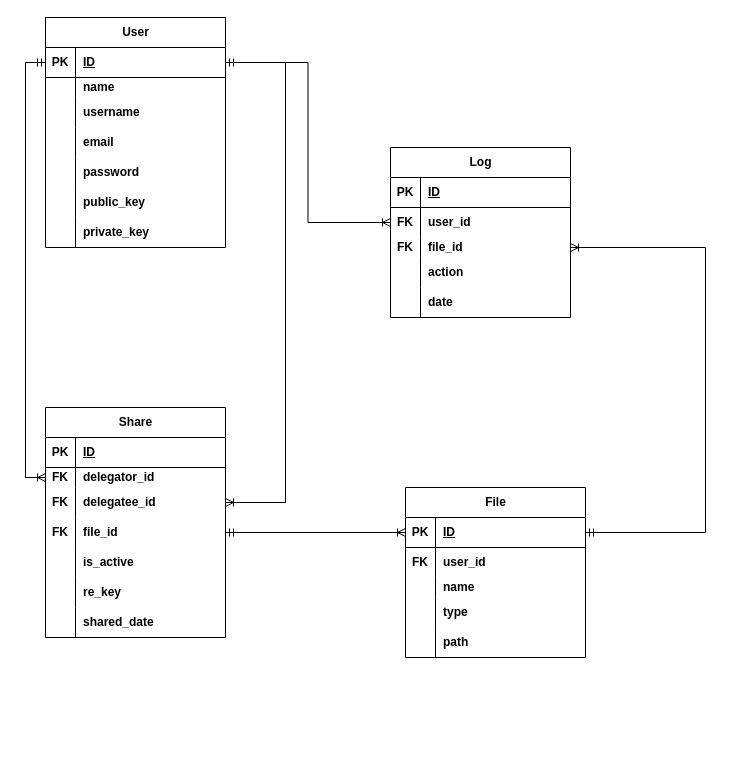
myagmartseren/pre keeps this draw.io diagram as doc/database.drawio. Above is the earlier version. Source tidied: cells renumbered, new cells numbered last; positions are measured from the earlier drawing's top-left corner, leaving out a move shared by most shapes. Both pictures are drawn from the tidied source at 100%, with x=0, y=0 at pixel (45, 17).
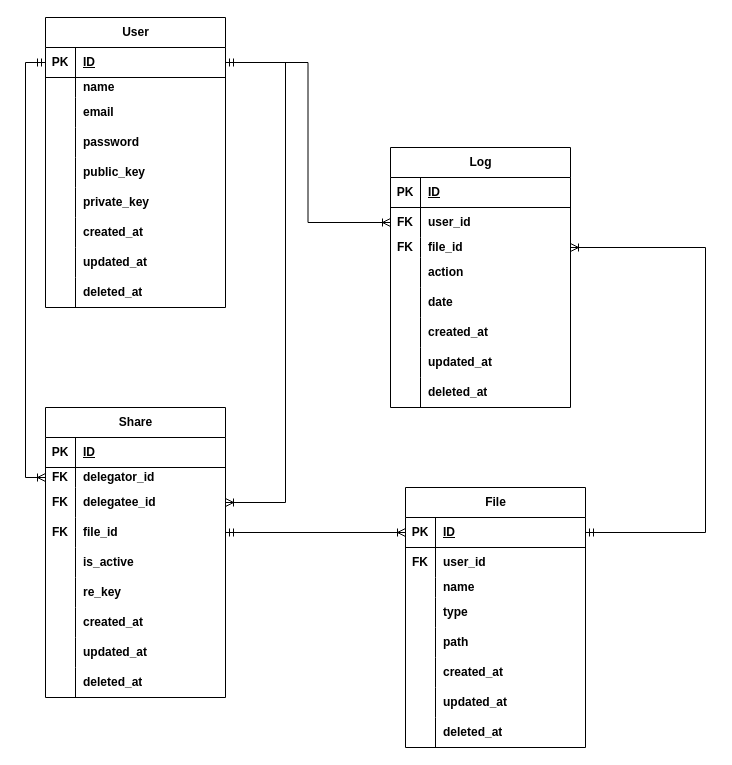
The same page after the edit.

The change refers to these unchanged cells:
```xml
<mxCell id="21" style="shape=tableRow;horizontal=0;startSize=0;swimlaneHead=0;swimlaneBody=0;fillColor=none;top=0;left=0;right=0;bottom=0;" parent="2" vertex="1">
  <mxGeometry y="200" width="180" height="30" as="geometry" />
</mxCell>
```

What changed in the source:
```diff
@@
     <mxCell id="2" value="&lt;b&gt;Share&lt;/b&gt;" style="shape=table;startSize=30;childLayout=tableLayout;rowLines=0;fontStyle=0;align=center;html=1;" parent="1" vertex="1">
-      <mxGeometry y="390" width="180" height="230" as="geometry" />
+      <mxGeometry y="390" width="180" height="290" as="geometry" />
     </mxCell>
@@
-    <mxCell id="23" value="&lt;b&gt;shared_date&lt;/b&gt;" style="shape=partialRectangle;fillColor=none;top=0;left=0;bottom=0;right=0;align=left;spacingLeft=6;overflow=hidden;whiteSpace=wrap;html=1;" parent="21" vertex="1">
+    <mxCell id="23" value="&lt;b&gt;created_at&lt;br&gt;&lt;/b&gt;" style="shape=partialRectangle;fillColor=none;top=0;left=0;bottom=0;right=0;align=left;spacingLeft=6;overflow=hidden;whiteSpace=wrap;html=1;" parent="21" vertex="1">
       <mxGeometry x="30" width="150" height="30" as="geometry" />
     </mxCell>
+    <mxCell id="83" style="shape=tableRow;horizontal=0;startSize=0;swimlaneHead=0;swimlaneBody=0;fillColor=none;top=0;left=0;right=0;bottom=0;" parent="2" vertex="1">
+      <mxGeometry y="230" width="180" height="30" as="geometry" />
+    </mxCell>
+    <mxCell id="84" style="shape=partialRectangle;fillColor=none;top=0;left=0;bottom=0;right=0;overflow=hidden;whiteSpace=wrap;html=1;" parent="83" vertex="1">
+      <mxGeometry width="30" height="30" as="geometry" />
+    </mxCell>
+    <mxCell id="85" value="&lt;b&gt;updated_at&lt;/b&gt;" style="shape=partialRectangle;fillColor=none;top=0;left=0;bottom=0;right=0;align=left;spacingLeft=6;overflow=hidden;whiteSpace=wrap;html=1;" parent="83" vertex="1">
+      <mxGeometry x="30" width="150" height="30" as="geometry" />
+    </mxCell>
+    <mxCell id="86" style="shape=tableRow;horizontal=0;startSize=0;swimlaneHead=0;swimlaneBody=0;fillColor=none;top=0;left=0;right=0;bottom=0;" parent="2" vertex="1">
+      <mxGeometry y="260" width="180" height="30" as="geometry" />
+    </mxCell>
+    <mxCell id="87" style="shape=partialRectangle;fillColor=none;top=0;left=0;bottom=0;right=0;overflow=hidden;whiteSpace=wrap;html=1;" parent="86" vertex="1">
+      <mxGeometry width="30" height="30" as="geometry" />
+    </mxCell>
+    <mxCell id="88" value="&lt;b&gt;deleted_at&lt;/b&gt;" style="shape=partialRectangle;fillColor=none;top=0;left=0;bottom=0;right=0;align=left;spacingLeft=6;overflow=hidden;whiteSpace=wrap;html=1;" parent="86" vertex="1">
+      <mxGeometry x="30" width="150" height="30" as="geometry" />
+    </mxCell>
     <mxCell id="24" value="File" style="shape=table;startSize=30;childLayout=tableLayout;rowLines=0;fontStyle=1;align=center;html=1;" parent="1" vertex="1">
-      <mxGeometry x="360" y="470" width="180" height="170" as="geometry" />
+      <mxGeometry x="360" y="470" width="180" height="260" as="geometry" />
     </mxCell>
@@
+    <mxCell id="89" style="shape=tableRow;horizontal=0;startSize=0;swimlaneHead=0;swimlaneBody=0;fillColor=none;top=0;left=0;right=0;bottom=0;" parent="24" vertex="1">
+      <mxGeometry y="170" width="180" height="30" as="geometry" />
+    </mxCell>
+    <mxCell id="90" style="shape=partialRectangle;fillColor=none;top=0;left=0;bottom=0;right=0;overflow=hidden;whiteSpace=wrap;html=1;" parent="89" vertex="1">
+      <mxGeometry width="30" height="30" as="geometry" />
+    </mxCell>
+    <mxCell id="91" value="created_at" style="shape=partialRectangle;fillColor=none;top=0;left=0;bottom=0;right=0;align=left;spacingLeft=6;overflow=hidden;whiteSpace=wrap;html=1;fontStyle=1;" parent="89" vertex="1">
+      <mxGeometry x="30" width="150" height="30" as="geometry" />
+    </mxCell>
+    <mxCell id="92" style="shape=tableRow;horizontal=0;startSize=0;swimlaneHead=0;swimlaneBody=0;fillColor=none;top=0;left=0;right=0;bottom=0;" parent="24" vertex="1">
+      <mxGeometry y="200" width="180" height="30" as="geometry" />
+    </mxCell>
+    <mxCell id="93" style="shape=partialRectangle;fillColor=none;top=0;left=0;bottom=0;right=0;overflow=hidden;whiteSpace=wrap;html=1;" parent="92" vertex="1">
+      <mxGeometry width="30" height="30" as="geometry" />
+    </mxCell>
+    <mxCell id="94" value="updated_at" style="shape=partialRectangle;fillColor=none;top=0;left=0;bottom=0;right=0;align=left;spacingLeft=6;overflow=hidden;whiteSpace=wrap;html=1;fontStyle=1;" parent="92" vertex="1">
+      <mxGeometry x="30" width="150" height="30" as="geometry" />
+    </mxCell>
+    <mxCell id="95" style="shape=tableRow;horizontal=0;startSize=0;swimlaneHead=0;swimlaneBody=0;fillColor=none;top=0;left=0;right=0;bottom=0;" parent="24" vertex="1">
+      <mxGeometry y="230" width="180" height="30" as="geometry" />
+    </mxCell>
+    <mxCell id="96" style="shape=partialRectangle;fillColor=none;top=0;left=0;bottom=0;right=0;overflow=hidden;whiteSpace=wrap;html=1;" parent="95" vertex="1">
+      <mxGeometry width="30" height="30" as="geometry" />
+    </mxCell>
+    <mxCell id="97" value="deleted_at" style="shape=partialRectangle;fillColor=none;top=0;left=0;bottom=0;right=0;align=left;spacingLeft=6;overflow=hidden;whiteSpace=wrap;html=1;fontStyle=1;" parent="95" vertex="1">
+      <mxGeometry x="30" width="150" height="30" as="geometry" />
+    </mxCell>
     <mxCell id="40" value="&lt;b&gt;User&lt;/b&gt;" style="shape=table;startSize=30;childLayout=tableLayout;rowLines=0;fontStyle=0;align=center;html=1;" parent="1" vertex="1">
-      <mxGeometry width="180" height="230" as="geometry" />
+      <mxGeometry width="180" height="290" as="geometry" />
     </mxCell>
@@
-    <mxCell id="47" style="shape=tableRow;horizontal=0;startSize=0;swimlaneHead=0;swimlaneBody=0;fillColor=none;top=0;left=0;right=0;bottom=0;" parent="40" vertex="1">
-      <mxGeometry y="80" width="180" height="30" as="geometry" />
-    </mxCell>
-    <mxCell id="48" style="shape=partialRectangle;fillColor=none;top=0;left=0;bottom=0;right=0;overflow=hidden;whiteSpace=wrap;html=1;" parent="47" vertex="1">
-      <mxGeometry width="30" height="30" as="geometry" />
-    </mxCell>
-    <mxCell id="49" value="&lt;b&gt;username&lt;/b&gt;" style="shape=partialRectangle;fillColor=none;top=0;left=0;bottom=0;right=0;align=left;spacingLeft=6;overflow=hidden;whiteSpace=wrap;html=1;" parent="47" vertex="1">
-      <mxGeometry x="30" width="150" height="30" as="geometry" />
-    </mxCell>
     <mxCell id="50" style="shape=tableRow;horizontal=0;startSize=0;swimlaneHead=0;swimlaneBody=0;fillColor=none;top=0;left=0;right=0;bottom=0;" parent="40" vertex="1">
-      <mxGeometry y="110" width="180" height="30" as="geometry" />
+      <mxGeometry y="80" width="180" height="30" as="geometry" />
     </mxCell>
@@
     <mxCell id="53" style="shape=tableRow;horizontal=0;startSize=0;swimlaneHead=0;swimlaneBody=0;fillColor=none;top=0;left=0;right=0;bottom=0;" parent="40" vertex="1">
-      <mxGeometry y="140" width="180" height="30" as="geometry" />
+      <mxGeometry y="110" width="180" height="30" as="geometry" />
     </mxCell>
@@
     <mxCell id="56" style="shape=tableRow;horizontal=0;startSize=0;swimlaneHead=0;swimlaneBody=0;fillColor=none;top=0;left=0;right=0;bottom=0;" parent="40" vertex="1">
-      <mxGeometry y="170" width="180" height="30" as="geometry" />
+      <mxGeometry y="140" width="180" height="30" as="geometry" />
     </mxCell>
@@
     <mxCell id="59" style="shape=tableRow;horizontal=0;startSize=0;swimlaneHead=0;swimlaneBody=0;fillColor=none;top=0;left=0;right=0;bottom=0;" parent="40" vertex="1">
-      <mxGeometry y="200" width="180" height="30" as="geometry" />
+      <mxGeometry y="170" width="180" height="30" as="geometry" />
     </mxCell>
@@
+    <mxCell id="98" style="shape=tableRow;horizontal=0;startSize=0;swimlaneHead=0;swimlaneBody=0;fillColor=none;top=0;left=0;right=0;bottom=0;" parent="40" vertex="1">
+      <mxGeometry y="200" width="180" height="30" as="geometry" />
+    </mxCell>
+    <mxCell id="99" style="shape=partialRectangle;fillColor=none;top=0;left=0;bottom=0;right=0;overflow=hidden;whiteSpace=wrap;html=1;" parent="98" vertex="1">
+      <mxGeometry width="30" height="30" as="geometry" />
+    </mxCell>
+    <mxCell id="100" value="&lt;b&gt;created_at&lt;br&gt;&lt;/b&gt;" style="shape=partialRectangle;fillColor=none;top=0;left=0;bottom=0;right=0;align=left;spacingLeft=6;overflow=hidden;whiteSpace=wrap;html=1;" parent="98" vertex="1">
+      <mxGeometry x="30" width="150" height="30" as="geometry" />
+    </mxCell>
+    <mxCell id="101" style="shape=tableRow;horizontal=0;startSize=0;swimlaneHead=0;swimlaneBody=0;fillColor=none;top=0;left=0;right=0;bottom=0;" parent="40" vertex="1">
+      <mxGeometry y="230" width="180" height="30" as="geometry" />
+    </mxCell>
+    <mxCell id="102" style="shape=partialRectangle;fillColor=none;top=0;left=0;bottom=0;right=0;overflow=hidden;whiteSpace=wrap;html=1;" parent="101" vertex="1">
+      <mxGeometry width="30" height="30" as="geometry" />
+    </mxCell>
+    <mxCell id="103" value="&lt;b&gt;updated_at&lt;/b&gt;" style="shape=partialRectangle;fillColor=none;top=0;left=0;bottom=0;right=0;align=left;spacingLeft=6;overflow=hidden;whiteSpace=wrap;html=1;" parent="101" vertex="1">
+      <mxGeometry x="30" width="150" height="30" as="geometry" />
+    </mxCell>
+    <mxCell id="104" style="shape=tableRow;horizontal=0;startSize=0;swimlaneHead=0;swimlaneBody=0;fillColor=none;top=0;left=0;right=0;bottom=0;" parent="40" vertex="1">
+      <mxGeometry y="260" width="180" height="30" as="geometry" />
+    </mxCell>
+    <mxCell id="105" style="shape=partialRectangle;fillColor=none;top=0;left=0;bottom=0;right=0;overflow=hidden;whiteSpace=wrap;html=1;" parent="104" vertex="1">
+      <mxGeometry width="30" height="30" as="geometry" />
+    </mxCell>
+    <mxCell id="106" value="&lt;b&gt;deleted_at&lt;/b&gt;" style="shape=partialRectangle;fillColor=none;top=0;left=0;bottom=0;right=0;align=left;spacingLeft=6;overflow=hidden;whiteSpace=wrap;html=1;" parent="104" vertex="1">
+      <mxGeometry x="30" width="150" height="30" as="geometry" />
+    </mxCell>
@@
     <mxCell id="65" value="Log" style="shape=table;startSize=30;childLayout=tableLayout;rowLines=0;fontStyle=1;align=center;html=1;" parent="1" vertex="1">
-      <mxGeometry x="345" y="130" width="180" height="170" as="geometry" />
+      <mxGeometry x="345" y="130" width="180" height="260" as="geometry" />
     </mxCell>
@@
+    <mxCell id="107" style="shape=tableRow;horizontal=0;startSize=0;swimlaneHead=0;swimlaneBody=0;fillColor=none;top=0;left=0;right=0;bottom=0;" parent="65" vertex="1">
+      <mxGeometry y="170" width="180" height="30" as="geometry" />
+    </mxCell>
+    <mxCell id="108" style="shape=partialRectangle;fillColor=none;top=0;left=0;bottom=0;right=0;overflow=hidden;whiteSpace=wrap;html=1;" parent="107" vertex="1">
+      <mxGeometry width="30" height="30" as="geometry" />
+    </mxCell>
+    <mxCell id="109" value="created_at" style="shape=partialRectangle;fillColor=none;top=0;left=0;bottom=0;right=0;align=left;spacingLeft=6;overflow=hidden;whiteSpace=wrap;html=1;fontStyle=1;" parent="107" vertex="1">
+      <mxGeometry x="30" width="150" height="30" as="geometry" />
+    </mxCell>
+    <mxCell id="110" style="shape=tableRow;horizontal=0;startSize=0;swimlaneHead=0;swimlaneBody=0;fillColor=none;top=0;left=0;right=0;bottom=0;" parent="65" vertex="1">
+      <mxGeometry y="200" width="180" height="30" as="geometry" />
+    </mxCell>
+    <mxCell id="111" style="shape=partialRectangle;fillColor=none;top=0;left=0;bottom=0;right=0;overflow=hidden;whiteSpace=wrap;html=1;" parent="110" vertex="1">
+      <mxGeometry width="30" height="30" as="geometry" />
+    </mxCell>
+    <mxCell id="112" value="updated_at" style="shape=partialRectangle;fillColor=none;top=0;left=0;bottom=0;right=0;align=left;spacingLeft=6;overflow=hidden;whiteSpace=wrap;html=1;fontStyle=1;" parent="110" vertex="1">
+      <mxGeometry x="30" width="150" height="30" as="geometry" />
+    </mxCell>
+    <mxCell id="113" style="shape=tableRow;horizontal=0;startSize=0;swimlaneHead=0;swimlaneBody=0;fillColor=none;top=0;left=0;right=0;bottom=0;" parent="65" vertex="1">
+      <mxGeometry y="230" width="180" height="30" as="geometry" />
+    </mxCell>
+    <mxCell id="114" style="shape=partialRectangle;fillColor=none;top=0;left=0;bottom=0;right=0;overflow=hidden;whiteSpace=wrap;html=1;" parent="113" vertex="1">
+      <mxGeometry width="30" height="30" as="geometry" />
+    </mxCell>
+    <mxCell id="115" value="deleted_at" style="shape=partialRectangle;fillColor=none;top=0;left=0;bottom=0;right=0;align=left;spacingLeft=6;overflow=hidden;whiteSpace=wrap;html=1;fontStyle=1;" parent="113" vertex="1">
+      <mxGeometry x="30" width="150" height="30" as="geometry" />
+    </mxCell>
```
